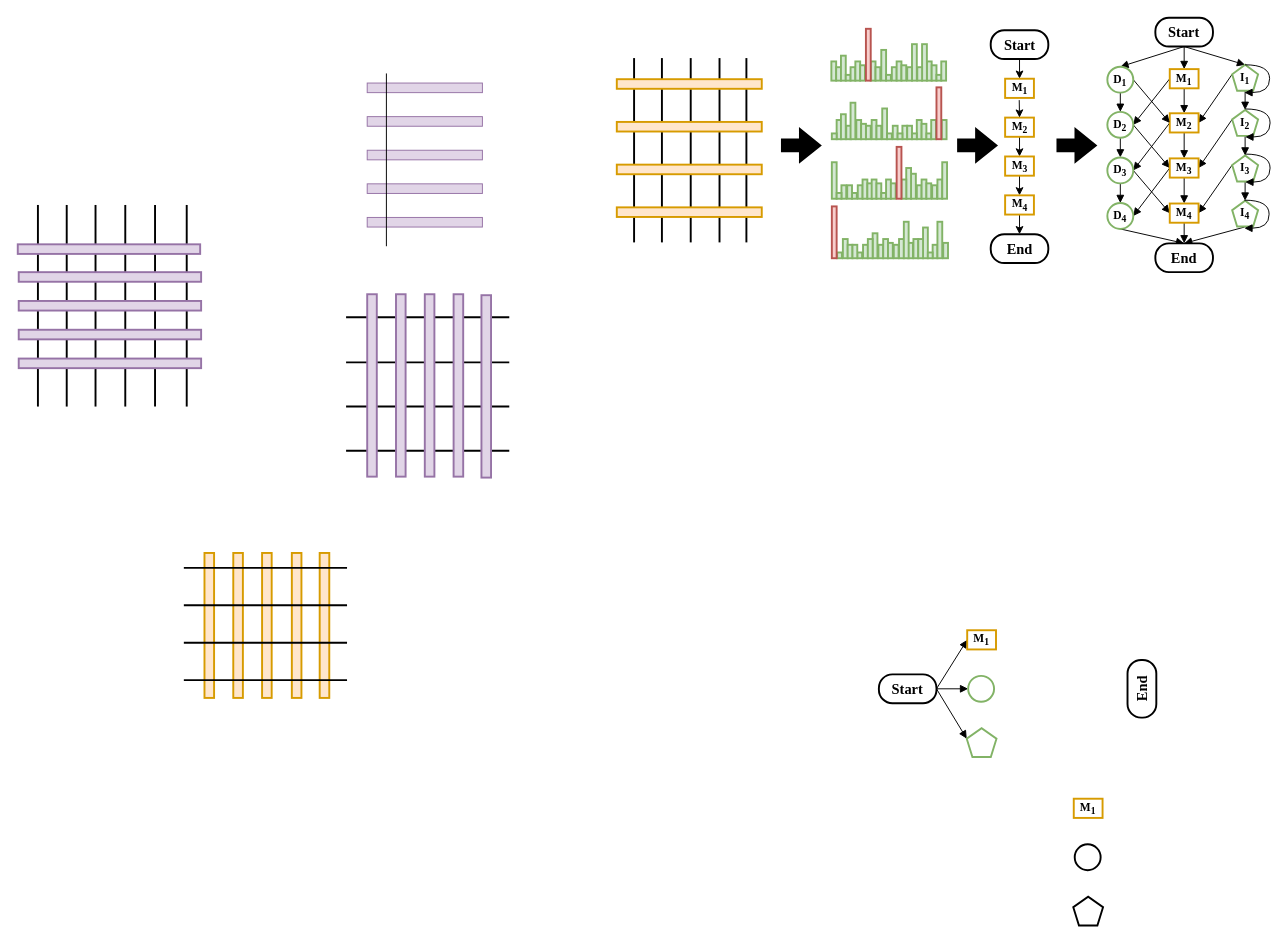
This is 复杂.drawio from chenjgui/Flow-chat, a draw.io file, before an edit. Source tidied: cells renumbered, new cells numbered last; positions are measured from the earlier drawing's top-left corner, leaving out a move shared by most shapes. Both pictures are drawn from the tidied source at 96%, with x=0, y=0 at pixel (-36, 17).
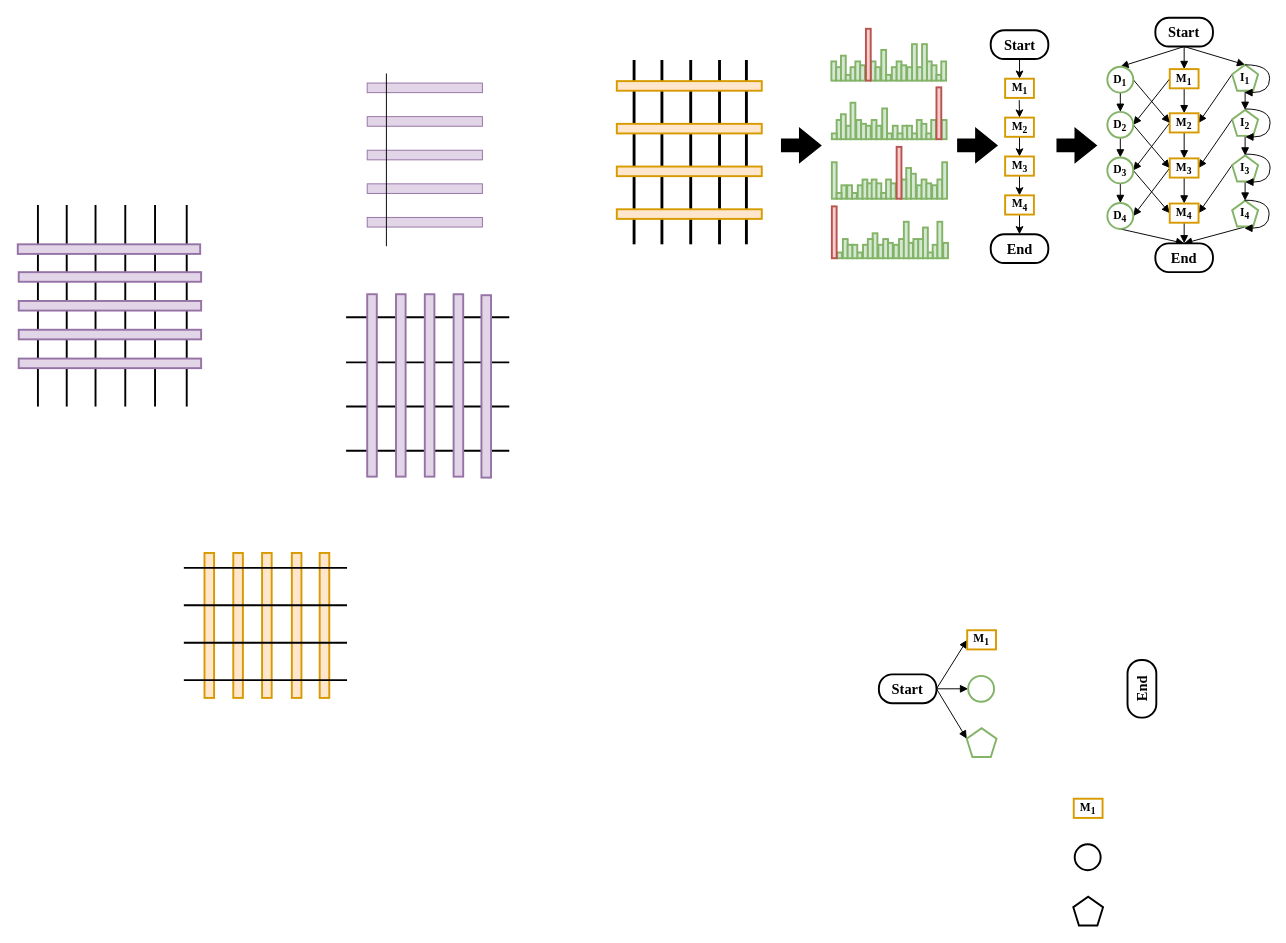
The same page after the edit.

Diff of the diagram source:
```diff
@@
-    <mxCell id="2" style="endArrow=none;html=1;strokeWidth=2;" parent="1" edge="1">
+    <mxCell id="2" style="endArrow=none;html=1;strokeWidth=3;" parent="1" edge="1">
       <mxGeometry relative="1" as="geometry">
-        <mxPoint x="787" y="234" as="sourcePoint" />
-        <mxPoint x="787" y="42" as="targetPoint" />
+        <mxPoint x="787" y="236" as="sourcePoint" />
+        <mxPoint x="787" y="44" as="targetPoint" />
       </mxGeometry>
     </mxCell>
-    <mxCell id="3" style="endArrow=none;html=1;strokeWidth=2;" parent="1" edge="1">
+    <mxCell id="3" style="endArrow=none;html=1;strokeWidth=3;" parent="1" edge="1">
       <mxGeometry relative="1" as="geometry">
-        <mxPoint x="757" y="234" as="sourcePoint" />
-        <mxPoint x="757" y="42" as="targetPoint" />
+        <mxPoint x="757" y="236" as="sourcePoint" />
+        <mxPoint x="757" y="44" as="targetPoint" />
       </mxGeometry>
     </mxCell>
-    <mxCell id="4" style="endArrow=none;html=1;strokeWidth=2;" parent="1" edge="1">
+    <mxCell id="4" style="endArrow=none;html=1;strokeWidth=3;" parent="1" edge="1">
       <mxGeometry relative="1" as="geometry">
-        <mxPoint x="727" y="234" as="sourcePoint" />
-        <mxPoint x="727" y="42" as="targetPoint" />
+        <mxPoint x="727" y="236" as="sourcePoint" />
+        <mxPoint x="727" y="44" as="targetPoint" />
       </mxGeometry>
     </mxCell>
-    <mxCell id="5" style="endArrow=none;html=1;strokeWidth=2;" parent="1" edge="1">
+    <mxCell id="5" style="endArrow=none;html=1;strokeWidth=3;" parent="1" edge="1">
       <mxGeometry relative="1" as="geometry">
-        <mxPoint x="698" y="234" as="sourcePoint" />
-        <mxPoint x="698" y="42" as="targetPoint" />
+        <mxPoint x="698" y="236" as="sourcePoint" />
+        <mxPoint x="698" y="44" as="targetPoint" />
       </mxGeometry>
     </mxCell>
-    <mxCell id="6" style="endArrow=none;html=1;strokeWidth=2;" parent="1" edge="1">
+    <mxCell id="6" style="endArrow=none;html=1;strokeWidth=3;" parent="1" edge="1">
       <mxGeometry relative="1" as="geometry">
-        <mxPoint x="815" y="234" as="sourcePoint" />
-        <mxPoint x="815" y="42" as="targetPoint" />
+        <mxPoint x="815" y="236" as="sourcePoint" />
+        <mxPoint x="815" y="44" as="targetPoint" />
       </mxGeometry>
     </mxCell>
@@
     <mxCell id="202" style="rounded=0;whiteSpace=wrap;html=1;fillColor=#ffe6cc;strokeColor=#d79b00;rotation=0;strokeWidth=2;" parent="1" vertex="1">
-      <mxGeometry x="680" y="64" width="151" height="10" as="geometry" />
+      <mxGeometry x="680" y="66" width="151" height="10" as="geometry" />
     </mxCell>
     <mxCell id="203" style="rounded=0;whiteSpace=wrap;html=1;fillColor=#ffe6cc;strokeColor=#d79b00;rotation=0;strokeWidth=2;" parent="1" vertex="1">
-      <mxGeometry x="680" y="108.5" width="151" height="10" as="geometry" />
+      <mxGeometry x="680" y="110.5" width="151" height="10" as="geometry" />
     </mxCell>
     <mxCell id="204" style="rounded=0;whiteSpace=wrap;html=1;fillColor=#ffe6cc;strokeColor=#d79b00;rotation=0;strokeWidth=2;" parent="1" vertex="1">
-      <mxGeometry x="680" y="153" width="151" height="10" as="geometry" />
+      <mxGeometry x="680" y="155" width="151" height="10" as="geometry" />
     </mxCell>
     <mxCell id="205" style="rounded=0;whiteSpace=wrap;html=1;fillColor=#ffe6cc;strokeColor=#d79b00;rotation=0;strokeWidth=2;" parent="1" vertex="1">
-      <mxGeometry x="680" y="197.5" width="151" height="10" as="geometry" />
+      <mxGeometry x="680" y="199.5" width="151" height="10" as="geometry" />
     </mxCell>
```
